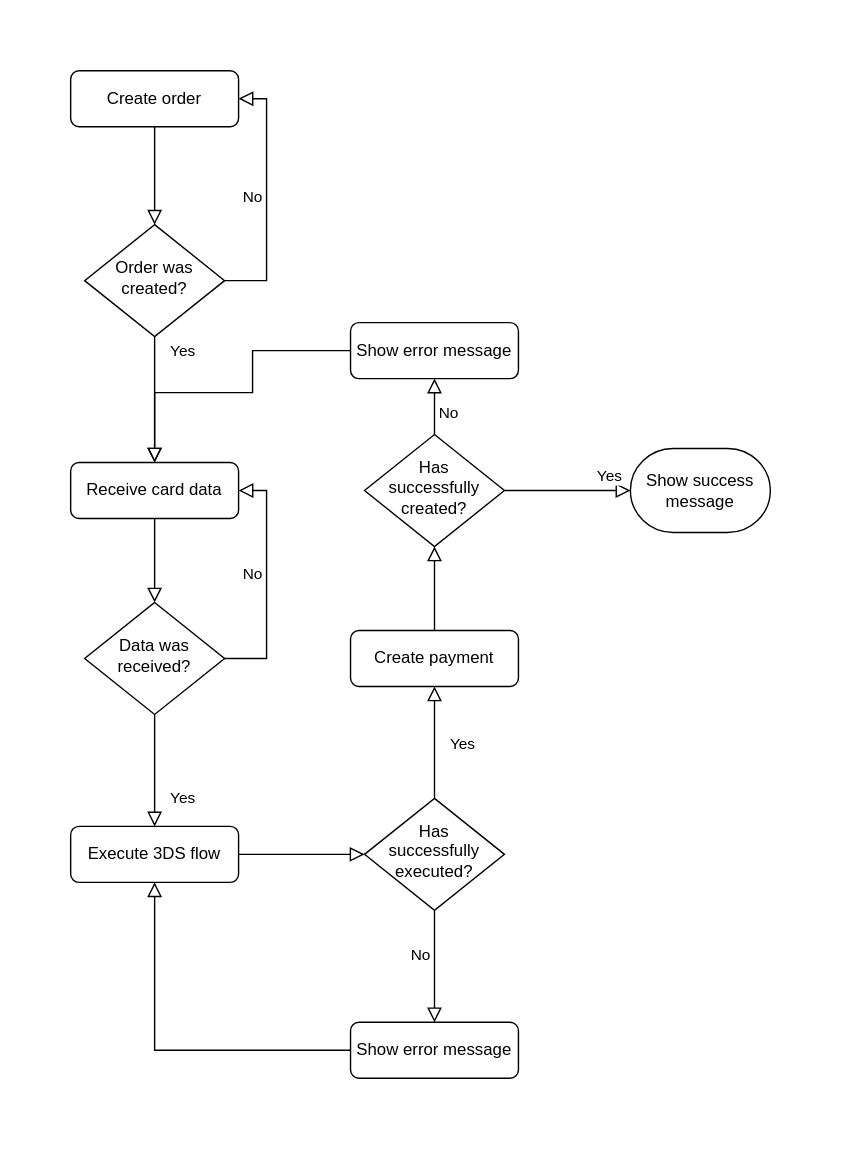
Before: images/3DS-flow.svg, a diagram exported from draw.io (paybyrd/threedsecure-service-js). Source tidied: cells renumbered, new cells last; positions are measured from the earlier drawing's top-left corner, leaving out a move shared by most shapes. The source it was exported from:
```xml
<mxGraphModel>
  <root>
    <mxCell id="0" />
    <mxCell id="1" parent="0" />
    <mxCell id="2" style="rounded=0;html=1;jettySize=auto;fontSize=11;endArrow=block;endFill=0;endSize=8;strokeWidth=1;shadow=0;labelBackgroundColor=none;edgeStyle=orthogonalEdgeStyle;" parent="1" edge="1" source="3" target="6">
      <mxGeometry relative="1" as="geometry" />
    </mxCell>
    <mxCell id="3" value="Create order" style="rounded=1;whiteSpace=wrap;html=1;fontSize=12;glass=0;strokeWidth=1;shadow=0;" parent="1" vertex="1">
      <mxGeometry width="120" height="40" as="geometry" />
    </mxCell>
    <mxCell id="4" value="Yes" style="rounded=0;html=1;jettySize=auto;fontSize=11;endArrow=block;endFill=0;endSize=8;strokeWidth=1;shadow=0;labelBackgroundColor=none;edgeStyle=orthogonalEdgeStyle;" parent="1" edge="1" source="6" target="8">
      <mxGeometry x="-0.78" y="20" relative="1" as="geometry" />
    </mxCell>
    <mxCell id="5" value="No" style="edgeStyle=orthogonalEdgeStyle;rounded=0;html=1;jettySize=auto;fontSize=11;endArrow=block;endFill=0;endSize=8;strokeWidth=1;shadow=0;labelBackgroundColor=none;entryX=1;entryY=0.5;entryDx=0;entryDy=0;" parent="1" edge="1" source="6" target="3">
      <mxGeometry y="10" relative="1" as="geometry">
        <Array as="points">
          <mxPoint x="140" y="150" />
          <mxPoint x="140" y="20" />
        </Array>
      </mxGeometry>
    </mxCell>
    <mxCell id="6" value="Order was&lt;br&gt;created?" style="rhombus;whiteSpace=wrap;html=1;shadow=0;fontFamily=Helvetica;fontSize=12;align=center;strokeWidth=1;spacing=6;spacingTop=-4;" parent="1" vertex="1">
      <mxGeometry x="10" y="110" width="100" height="80" as="geometry" />
    </mxCell>
    <mxCell id="7" style="edgeStyle=orthogonalEdgeStyle;rounded=0;jettySize=auto;html=1;endArrow=block;endFill=0;endSize=8;" parent="1" edge="1" source="8" target="13">
      <mxGeometry relative="1" as="geometry" />
    </mxCell>
    <mxCell id="8" value="Receive card data" style="rounded=1;whiteSpace=wrap;html=1;fontSize=12;glass=0;strokeWidth=1;shadow=0;" parent="1" vertex="1">
      <mxGeometry y="280" width="120" height="40" as="geometry" />
    </mxCell>
    <mxCell id="9" style="edgeStyle=orthogonalEdgeStyle;rounded=0;jettySize=auto;html=1;entryX=1;entryY=0.5;entryDx=0;entryDy=0;endArrow=block;endFill=0;endSize=8;" parent="1" edge="1" source="13" target="8">
      <mxGeometry relative="1" as="geometry">
        <Array as="points">
          <mxPoint x="140" y="420" />
          <mxPoint x="140" y="300" />
        </Array>
      </mxGeometry>
    </mxCell>
    <mxCell id="10" value="No" style="edgeLabel;html=1;align=center;verticalAlign=middle;" parent="9" vertex="1">
      <mxGeometry x="-0.02" y="-1" relative="1" as="geometry">
        <mxPoint x="-11" y="-7" as="offset" />
      </mxGeometry>
    </mxCell>
    <mxCell id="11" style="edgeStyle=orthogonalEdgeStyle;rounded=0;jettySize=auto;html=1;endArrow=block;endFill=0;endSize=8;" parent="1" edge="1" source="13" target="15">
      <mxGeometry relative="1" as="geometry" />
    </mxCell>
    <mxCell id="12" value="Yes" style="edgeLabel;html=1;align=center;verticalAlign=middle;" parent="11" vertex="1">
      <mxGeometry x="0.28" y="1" relative="1" as="geometry">
        <mxPoint x="19" y="9" as="offset" />
      </mxGeometry>
    </mxCell>
    <mxCell id="13" value="Data was received?" style="rhombus;whiteSpace=wrap;html=1;shadow=0;fontFamily=Helvetica;fontSize=12;align=center;strokeWidth=1;spacing=6;spacingTop=-4;" parent="1" vertex="1">
      <mxGeometry x="10" y="380" width="100" height="80" as="geometry" />
    </mxCell>
    <mxCell id="14" style="edgeStyle=orthogonalEdgeStyle;rounded=0;jettySize=auto;html=1;entryX=0;entryY=0.5;entryDx=0;entryDy=0;endArrow=block;endFill=0;endSize=8;" parent="1" edge="1" source="15" target="20">
      <mxGeometry relative="1" as="geometry" />
    </mxCell>
    <mxCell id="15" value="Execute 3DS flow" style="rounded=1;whiteSpace=wrap;html=1;fontSize=12;glass=0;strokeWidth=1;shadow=0;" parent="1" vertex="1">
      <mxGeometry y="540" width="120" height="40" as="geometry" />
    </mxCell>
    <mxCell id="16" style="edgeStyle=orthogonalEdgeStyle;rounded=0;jettySize=auto;html=1;endArrow=block;endFill=0;endSize=8;" parent="1" edge="1" source="20" target="22">
      <mxGeometry relative="1" as="geometry" />
    </mxCell>
    <mxCell id="17" value="No" style="edgeLabel;html=1;align=center;verticalAlign=middle;" parent="16" vertex="1">
      <mxGeometry x="-0.21" relative="1" as="geometry">
        <mxPoint x="-10" as="offset" />
      </mxGeometry>
    </mxCell>
    <mxCell id="18" style="edgeStyle=orthogonalEdgeStyle;rounded=0;jettySize=auto;html=1;endArrow=block;endFill=0;endSize=8;" parent="1" edge="1" source="20" target="24">
      <mxGeometry relative="1" as="geometry" />
    </mxCell>
    <mxCell id="19" value="Yes" style="edgeLabel;html=1;align=center;verticalAlign=middle;" parent="18" vertex="1">
      <mxGeometry x="-0.13" y="1" relative="1" as="geometry">
        <mxPoint x="21" y="-4" as="offset" />
      </mxGeometry>
    </mxCell>
    <mxCell id="20" value="Has &lt;br&gt;successfully&lt;br&gt;executed?" style="rhombus;whiteSpace=wrap;html=1;shadow=0;fontFamily=Helvetica;fontSize=12;align=center;strokeWidth=1;spacing=6;spacingTop=-4;" parent="1" vertex="1">
      <mxGeometry x="210" y="520" width="100" height="80" as="geometry" />
    </mxCell>
    <mxCell id="21" style="edgeStyle=orthogonalEdgeStyle;rounded=0;jettySize=auto;html=1;entryX=0.5;entryY=1;entryDx=0;entryDy=0;endArrow=block;endFill=0;endSize=8;" parent="1" edge="1" source="22" target="15">
      <mxGeometry relative="1" as="geometry" />
    </mxCell>
    <mxCell id="22" value="Show error message" style="rounded=1;whiteSpace=wrap;html=1;fontSize=12;glass=0;strokeWidth=1;shadow=0;" parent="1" vertex="1">
      <mxGeometry x="200" y="680" width="120" height="40" as="geometry" />
    </mxCell>
    <mxCell id="23" style="edgeStyle=orthogonalEdgeStyle;rounded=0;jettySize=auto;html=1;endArrow=block;endFill=0;endSize=8;" parent="1" edge="1" source="24" target="29">
      <mxGeometry relative="1" as="geometry" />
    </mxCell>
    <mxCell id="24" value="Create payment" style="rounded=1;whiteSpace=wrap;html=1;fontSize=12;glass=0;strokeWidth=1;shadow=0;" parent="1" vertex="1">
      <mxGeometry x="200" y="400" width="120" height="40" as="geometry" />
    </mxCell>
    <mxCell id="25" style="edgeStyle=orthogonalEdgeStyle;rounded=0;jettySize=auto;html=1;endArrow=block;endFill=0;endSize=8;" parent="1" edge="1" source="29" target="30">
      <mxGeometry relative="1" as="geometry" />
    </mxCell>
    <mxCell id="26" value="Yes" style="edgeLabel;html=1;align=center;verticalAlign=middle;" parent="25" vertex="1">
      <mxGeometry x="-0.21" y="-1" relative="1" as="geometry">
        <mxPoint x="39" y="-11" as="offset" />
      </mxGeometry>
    </mxCell>
    <mxCell id="27" style="edgeStyle=orthogonalEdgeStyle;rounded=0;jettySize=auto;html=1;endArrow=block;endFill=0;endSize=8;" parent="1" edge="1" source="29" target="32">
      <mxGeometry relative="1" as="geometry" />
    </mxCell>
    <mxCell id="28" value="No" style="edgeLabel;html=1;align=center;verticalAlign=middle;" parent="27" vertex="1">
      <mxGeometry x="-0.26" y="-1" relative="1" as="geometry">
        <mxPoint x="9" as="offset" />
      </mxGeometry>
    </mxCell>
    <mxCell id="29" value="Has &lt;br&gt;successfully&lt;br&gt;created?" style="rhombus;whiteSpace=wrap;html=1;shadow=0;fontFamily=Helvetica;fontSize=12;align=center;strokeWidth=1;spacing=6;spacingTop=-4;" parent="1" vertex="1">
      <mxGeometry x="210" y="260" width="100" height="80" as="geometry" />
    </mxCell>
    <mxCell id="30" value="Show success&lt;br&gt;message" style="strokeWidth=1;html=1;shape=mxgraph.flowchart.terminator;whiteSpace=wrap;" parent="1" vertex="1">
      <mxGeometry x="400" y="270" width="100" height="60" as="geometry" />
    </mxCell>
    <mxCell id="31" style="edgeStyle=orthogonalEdgeStyle;rounded=0;jettySize=auto;html=1;entryX=0.5;entryY=0;entryDx=0;entryDy=0;endArrow=block;endFill=0;endSize=8;" parent="1" edge="1" source="32" target="8">
      <mxGeometry relative="1" as="geometry">
        <Array as="points">
          <mxPoint x="130" y="200" />
          <mxPoint x="130" y="230" />
          <mxPoint x="60" y="230" />
        </Array>
      </mxGeometry>
    </mxCell>
    <mxCell id="32" value="Show error message" style="rounded=1;whiteSpace=wrap;html=1;fontSize=12;glass=0;strokeWidth=1;shadow=0;" parent="1" vertex="1">
      <mxGeometry x="200" y="180" width="120" height="40" as="geometry" />
    </mxCell>
  </root>
</mxGraphModel>
```
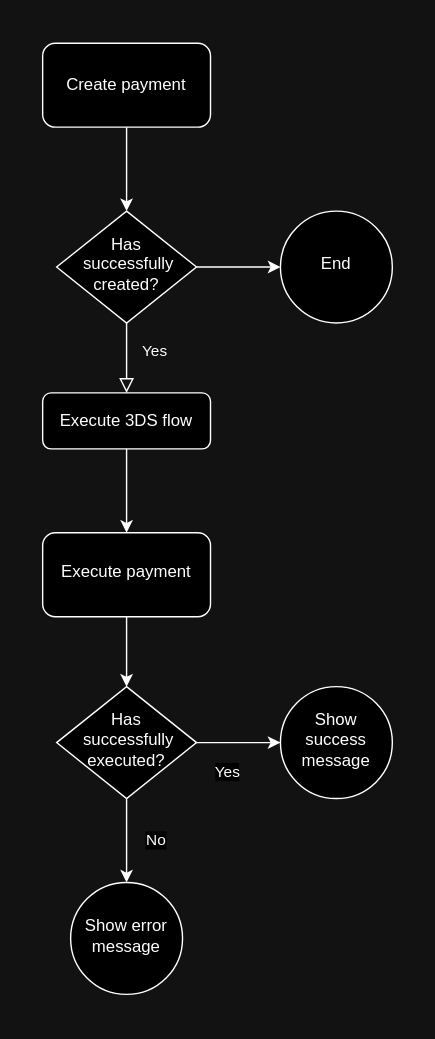
Later version of the same file.

Diff of the diagram source:
```diff
@@ -2,126 +2,62 @@
   <root>
     <mxCell id="0" />
     <mxCell id="1" parent="0" />
-    <mxCell id="2" style="rounded=0;html=1;jettySize=auto;fontSize=11;endArrow=block;endFill=0;endSize=8;strokeWidth=1;shadow=0;labelBackgroundColor=none;edgeStyle=orthogonalEdgeStyle;" parent="1" edge="1" source="3" target="6">
-      <mxGeometry relative="1" as="geometry" />
-    </mxCell>
-    <mxCell id="3" value="Create order" style="rounded=1;whiteSpace=wrap;html=1;fontSize=12;glass=0;strokeWidth=1;shadow=0;" parent="1" vertex="1">
-      <mxGeometry width="120" height="40" as="geometry" />
-    </mxCell>
-    <mxCell id="4" value="Yes" style="rounded=0;html=1;jettySize=auto;fontSize=11;endArrow=block;endFill=0;endSize=8;strokeWidth=1;shadow=0;labelBackgroundColor=none;edgeStyle=orthogonalEdgeStyle;" parent="1" edge="1" source="6" target="8">
-      <mxGeometry x="-0.78" y="20" relative="1" as="geometry" />
+    <mxCell id="4" value="Yes" style="rounded=0;html=1;jettySize=auto;fontSize=11;endArrow=block;endFill=0;endSize=8;strokeWidth=1;shadow=0;labelBackgroundColor=none;edgeStyle=orthogonalEdgeStyle;" parent="1" edge="1" source="29" target="8">
+      <mxGeometry x="-0.2" y="20" relative="1" as="geometry" />
     </mxCell>
-    <mxCell id="5" value="No" style="edgeStyle=orthogonalEdgeStyle;rounded=0;html=1;jettySize=auto;fontSize=11;endArrow=block;endFill=0;endSize=8;strokeWidth=1;shadow=0;labelBackgroundColor=none;entryX=1;entryY=0.5;entryDx=0;entryDy=0;" parent="1" edge="1" source="6" target="3">
-      <mxGeometry y="10" relative="1" as="geometry">
-        <Array as="points">
-          <mxPoint x="140" y="150" />
-          <mxPoint x="140" y="20" />
-        </Array>
-      </mxGeometry>
-    </mxCell>
-    <mxCell id="6" value="Order was&lt;br&gt;created?" style="rhombus;whiteSpace=wrap;html=1;shadow=0;fontFamily=Helvetica;fontSize=12;align=center;strokeWidth=1;spacing=6;spacingTop=-4;" parent="1" vertex="1">
-      <mxGeometry x="10" y="110" width="100" height="80" as="geometry" />
-    </mxCell>
-    <mxCell id="7" style="edgeStyle=orthogonalEdgeStyle;rounded=0;jettySize=auto;html=1;endArrow=block;endFill=0;endSize=8;" parent="1" edge="1" source="8" target="13">
-      <mxGeometry relative="1" as="geometry" />
-    </mxCell>
+    <mxCell id="33" style="edgeStyle=orthogonalEdgeStyle;rounded=0;jettySize=auto;html=1;" parent="1" edge="1" source="29" target="42">
+      <mxGeometry relative="1" as="geometry" />
+    </mxCell>
+    <mxCell id="29" value="Has&lt;br&gt;&amp;nbsp;successfully created?" style="rhombus;whiteSpace=wrap;html=1;shadow=0;fontFamily=Helvetica;fontSize=12;align=center;strokeWidth=1;spacing=6;spacingTop=-4;" parent="1" vertex="1">
+      <mxGeometry x="-90" y="150" width="100" height="80" as="geometry" />
+    </mxCell>
+    <mxCell id="34" style="edgeStyle=orthogonalEdgeStyle;rounded=0;jettySize=auto;html=1;entryX=0.5;entryY=0;entryDx=0;entryDy=0;" parent="1" edge="1" source="8">
+      <mxGeometry relative="1" as="geometry">
+        <mxPoint x="-40" y="380" as="targetPoint" />
+      </mxGeometry>
+    </mxCell>
-    <mxCell id="8" value="Receive card data" style="rounded=1;whiteSpace=wrap;html=1;fontSize=12;glass=0;strokeWidth=1;shadow=0;" parent="1" vertex="1">
-      <mxGeometry y="280" width="120" height="40" as="geometry" />
+    <mxCell id="8" value="Execute 3DS flow" style="rounded=1;whiteSpace=wrap;html=1;fontSize=12;glass=0;strokeWidth=1;shadow=0;" parent="1" vertex="1">
+      <mxGeometry x="-100" y="280" width="120" height="40" as="geometry" />
     </mxCell>
-    <mxCell id="9" style="edgeStyle=orthogonalEdgeStyle;rounded=0;jettySize=auto;html=1;entryX=1;entryY=0.5;entryDx=0;entryDy=0;endArrow=block;endFill=0;endSize=8;" parent="1" edge="1" source="13" target="8">
-      <mxGeometry relative="1" as="geometry">
-        <Array as="points">
-          <mxPoint x="140" y="420" />
-          <mxPoint x="140" y="300" />
-        </Array>
-      </mxGeometry>
-    </mxCell>
-    <mxCell id="10" value="No" style="edgeLabel;html=1;align=center;verticalAlign=middle;" parent="9" vertex="1">
-      <mxGeometry x="-0.02" y="-1" relative="1" as="geometry">
-        <mxPoint x="-11" y="-7" as="offset" />
-      </mxGeometry>
-    </mxCell>
-    <mxCell id="11" style="edgeStyle=orthogonalEdgeStyle;rounded=0;jettySize=auto;html=1;endArrow=block;endFill=0;endSize=8;" parent="1" edge="1" source="13" target="15">
-      <mxGeometry relative="1" as="geometry" />
-    </mxCell>
-    <mxCell id="12" value="Yes" style="edgeLabel;html=1;align=center;verticalAlign=middle;" parent="11" vertex="1">
-      <mxGeometry x="0.28" y="1" relative="1" as="geometry">
-        <mxPoint x="19" y="9" as="offset" />
-      </mxGeometry>
-    </mxCell>
-    <mxCell id="13" value="Data was received?" style="rhombus;whiteSpace=wrap;html=1;shadow=0;fontFamily=Helvetica;fontSize=12;align=center;strokeWidth=1;spacing=6;spacingTop=-4;" parent="1" vertex="1">
-      <mxGeometry x="10" y="380" width="100" height="80" as="geometry" />
-    </mxCell>
-    <mxCell id="14" style="edgeStyle=orthogonalEdgeStyle;rounded=0;jettySize=auto;html=1;entryX=0;entryY=0.5;entryDx=0;entryDy=0;endArrow=block;endFill=0;endSize=8;" parent="1" edge="1" source="15" target="20">
-      <mxGeometry relative="1" as="geometry" />
-    </mxCell>
-    <mxCell id="15" value="Execute 3DS flow" style="rounded=1;whiteSpace=wrap;html=1;fontSize=12;glass=0;strokeWidth=1;shadow=0;" parent="1" vertex="1">
-      <mxGeometry y="540" width="120" height="40" as="geometry" />
-    </mxCell>
-    <mxCell id="16" style="edgeStyle=orthogonalEdgeStyle;rounded=0;jettySize=auto;html=1;endArrow=block;endFill=0;endSize=8;" parent="1" edge="1" source="20" target="22">
-      <mxGeometry relative="1" as="geometry" />
-    </mxCell>
-    <mxCell id="17" value="No" style="edgeLabel;html=1;align=center;verticalAlign=middle;" parent="16" vertex="1">
-      <mxGeometry x="-0.21" relative="1" as="geometry">
-        <mxPoint x="-10" as="offset" />
-      </mxGeometry>
-    </mxCell>
-    <mxCell id="18" style="edgeStyle=orthogonalEdgeStyle;rounded=0;jettySize=auto;html=1;endArrow=block;endFill=0;endSize=8;" parent="1" edge="1" source="20" target="24">
-      <mxGeometry relative="1" as="geometry" />
-    </mxCell>
-    <mxCell id="19" value="Yes" style="edgeLabel;html=1;align=center;verticalAlign=middle;" parent="18" vertex="1">
-      <mxGeometry x="-0.13" y="1" relative="1" as="geometry">
-        <mxPoint x="21" y="-4" as="offset" />
-      </mxGeometry>
-    </mxCell>
-    <mxCell id="20" value="Has &lt;br&gt;successfully&lt;br&gt;executed?" style="rhombus;whiteSpace=wrap;html=1;shadow=0;fontFamily=Helvetica;fontSize=12;align=center;strokeWidth=1;spacing=6;spacingTop=-4;" parent="1" vertex="1">
-      <mxGeometry x="210" y="520" width="100" height="80" as="geometry" />
-    </mxCell>
-    <mxCell id="21" style="edgeStyle=orthogonalEdgeStyle;rounded=0;jettySize=auto;html=1;entryX=0.5;entryY=1;entryDx=0;entryDy=0;endArrow=block;endFill=0;endSize=8;" parent="1" edge="1" source="22" target="15">
-      <mxGeometry relative="1" as="geometry" />
-    </mxCell>
-    <mxCell id="22" value="Show error message" style="rounded=1;whiteSpace=wrap;html=1;fontSize=12;glass=0;strokeWidth=1;shadow=0;" parent="1" vertex="1">
-      <mxGeometry x="200" y="680" width="120" height="40" as="geometry" />
-    </mxCell>
-    <mxCell id="23" style="edgeStyle=orthogonalEdgeStyle;rounded=0;jettySize=auto;html=1;endArrow=block;endFill=0;endSize=8;" parent="1" edge="1" source="24" target="29">
+    <mxCell id="23" style="edgeStyle=orthogonalEdgeStyle;rounded=0;jettySize=auto;html=1;" parent="1" edge="1" source="24" target="29">
       <mxGeometry relative="1" as="geometry" />
     </mxCell>
-    <mxCell id="24" value="Create payment" style="rounded=1;whiteSpace=wrap;html=1;fontSize=12;glass=0;strokeWidth=1;shadow=0;" parent="1" vertex="1">
-      <mxGeometry x="200" y="400" width="120" height="40" as="geometry" />
+    <mxCell id="24" value="Create payment" style="rounded=1;whiteSpace=wrap;html=1;" parent="1" vertex="1">
+      <mxGeometry x="-100" y="30" width="120" height="60" as="geometry" />
     </mxCell>
-    <mxCell id="25" style="edgeStyle=orthogonalEdgeStyle;rounded=0;jettySize=auto;html=1;endArrow=block;endFill=0;endSize=8;" parent="1" edge="1" source="29" target="30">
-      <mxGeometry relative="1" as="geometry" />
-    </mxCell>
-    <mxCell id="26" value="Yes" style="edgeLabel;html=1;align=center;verticalAlign=middle;" parent="25" vertex="1">
-      <mxGeometry x="-0.21" y="-1" relative="1" as="geometry">
-        <mxPoint x="39" y="-11" as="offset" />
-      </mxGeometry>
-    </mxCell>
-    <mxCell id="27" style="edgeStyle=orthogonalEdgeStyle;rounded=0;jettySize=auto;html=1;endArrow=block;endFill=0;endSize=8;" parent="1" edge="1" source="29" target="32">
-      <mxGeometry relative="1" as="geometry" />
-    </mxCell>
-    <mxCell id="28" value="No" style="edgeLabel;html=1;align=center;verticalAlign=middle;" parent="27" vertex="1">
-      <mxGeometry x="-0.26" y="-1" relative="1" as="geometry">
-        <mxPoint x="9" as="offset" />
-      </mxGeometry>
-    </mxCell>
-    <mxCell id="29" value="Has &lt;br&gt;successfully&lt;br&gt;created?" style="rhombus;whiteSpace=wrap;html=1;shadow=0;fontFamily=Helvetica;fontSize=12;align=center;strokeWidth=1;spacing=6;spacingTop=-4;" parent="1" vertex="1">
-      <mxGeometry x="210" y="260" width="100" height="80" as="geometry" />
-    </mxCell>
+    <mxCell id="35" style="edgeStyle=orthogonalEdgeStyle;rounded=0;jettySize=auto;html=1;entryX=0.5;entryY=0;entryDx=0;entryDy=0;" parent="1" edge="1" source="36" target="20">
+      <mxGeometry relative="1" as="geometry" />
+    </mxCell>
+    <mxCell id="36" value="Execute payment" style="rounded=1;whiteSpace=wrap;html=1;shadow=0;strokeWidth=1;spacing=6;spacingTop=-4;" parent="1" vertex="1">
+      <mxGeometry x="-100" y="380" width="120" height="60" as="geometry" />
+    </mxCell>
+    <mxCell id="37" style="edgeStyle=orthogonalEdgeStyle;rounded=0;jettySize=auto;html=1;" parent="1" edge="1" source="20" target="30">
+      <mxGeometry relative="1" as="geometry" />
+    </mxCell>
+    <mxCell id="38" value="Yes" style="edgeLabel;html=1;align=center;verticalAlign=middle;" parent="37" vertex="1">
+      <mxGeometry x="-0.13" relative="1" as="geometry">
+        <mxPoint x="-6" y="20" as="offset" />
+      </mxGeometry>
+    </mxCell>
+    <mxCell id="39" style="edgeStyle=orthogonalEdgeStyle;rounded=0;jettySize=auto;html=1;entryX=0.5;entryY=0;entryDx=0;entryDy=0;" parent="1" edge="1" source="20" target="41">
+      <mxGeometry relative="1" as="geometry" />
+    </mxCell>
+    <mxCell id="40" value="No" style="edgeLabel;html=1;align=center;verticalAlign=middle;" parent="39" vertex="1">
+      <mxGeometry x="-0.04" y="3" relative="1" as="geometry">
+        <mxPoint x="17" y="1" as="offset" />
+      </mxGeometry>
+    </mxCell>
+    <mxCell id="20" value="Has&lt;br&gt;&amp;nbsp;successfully executed?" style="rhombus;whiteSpace=wrap;html=1;shadow=0;fontFamily=Helvetica;fontSize=12;align=center;strokeWidth=1;spacing=6;spacingTop=-4;" parent="1" vertex="1">
+      <mxGeometry x="-90" y="490" width="100" height="80" as="geometry" />
+    </mxCell>
-    <mxCell id="30" value="Show success&lt;br&gt;message" style="strokeWidth=1;html=1;shape=mxgraph.flowchart.terminator;whiteSpace=wrap;" parent="1" vertex="1">
-      <mxGeometry x="400" y="270" width="100" height="60" as="geometry" />
+    <mxCell id="30" value="Show success message" style="ellipse;whiteSpace=wrap;html=1;shadow=0;strokeWidth=1;spacing=6;spacingTop=-4;" parent="1" vertex="1">
+      <mxGeometry x="70" y="490" width="80" height="80" as="geometry" />
     </mxCell>
-    <mxCell id="31" style="edgeStyle=orthogonalEdgeStyle;rounded=0;jettySize=auto;html=1;entryX=0.5;entryY=0;entryDx=0;entryDy=0;endArrow=block;endFill=0;endSize=8;" parent="1" edge="1" source="32" target="8">
-      <mxGeometry relative="1" as="geometry">
-        <Array as="points">
-          <mxPoint x="130" y="200" />
-          <mxPoint x="130" y="230" />
-          <mxPoint x="60" y="230" />
-        </Array>
-      </mxGeometry>
-    </mxCell>
-    <mxCell id="32" value="Show error message" style="rounded=1;whiteSpace=wrap;html=1;fontSize=12;glass=0;strokeWidth=1;shadow=0;" parent="1" vertex="1">
-      <mxGeometry x="200" y="180" width="120" height="40" as="geometry" />
-    </mxCell>
+    <mxCell id="41" value="Show error message" style="ellipse;whiteSpace=wrap;html=1;shadow=0;strokeWidth=1;spacing=6;spacingTop=-4;" parent="1" vertex="1">
+      <mxGeometry x="-80" y="630" width="80" height="80" as="geometry" />
+    </mxCell>
+    <mxCell id="42" value="End" style="ellipse;whiteSpace=wrap;html=1;shadow=0;strokeWidth=1;spacing=6;spacingTop=-4;" parent="1" vertex="1">
+      <mxGeometry x="70" y="150" width="80" height="80" as="geometry" />
+    </mxCell>
   </root>
 </mxGraphModel>
```
